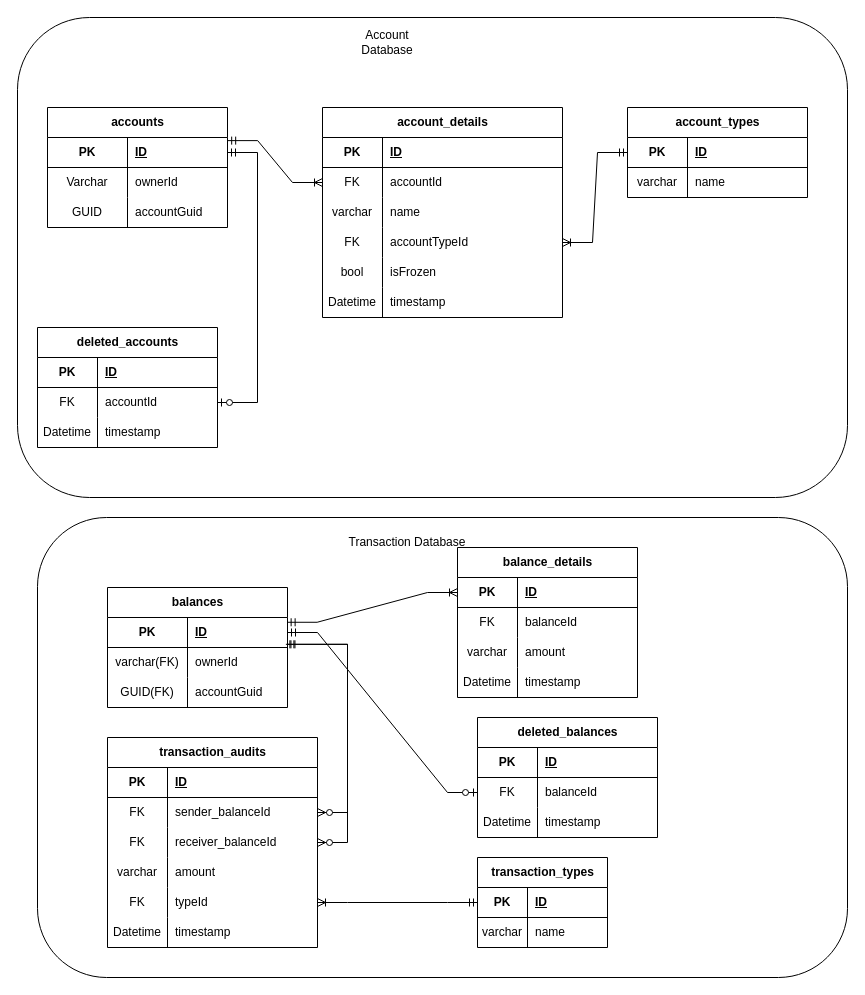
This is docs/diagrams/er-diagrams.drawio from Team-HABO/habo-banking, a draw.io file, before an edit. Source tidied: cells renumbered, new cells numbered last; positions are measured from the earlier drawing's top-left corner, leaving out a move shared by most shapes. Both pictures are drawn from the tidied source at 100%, with x=0, y=0 at pixel (17, 17).
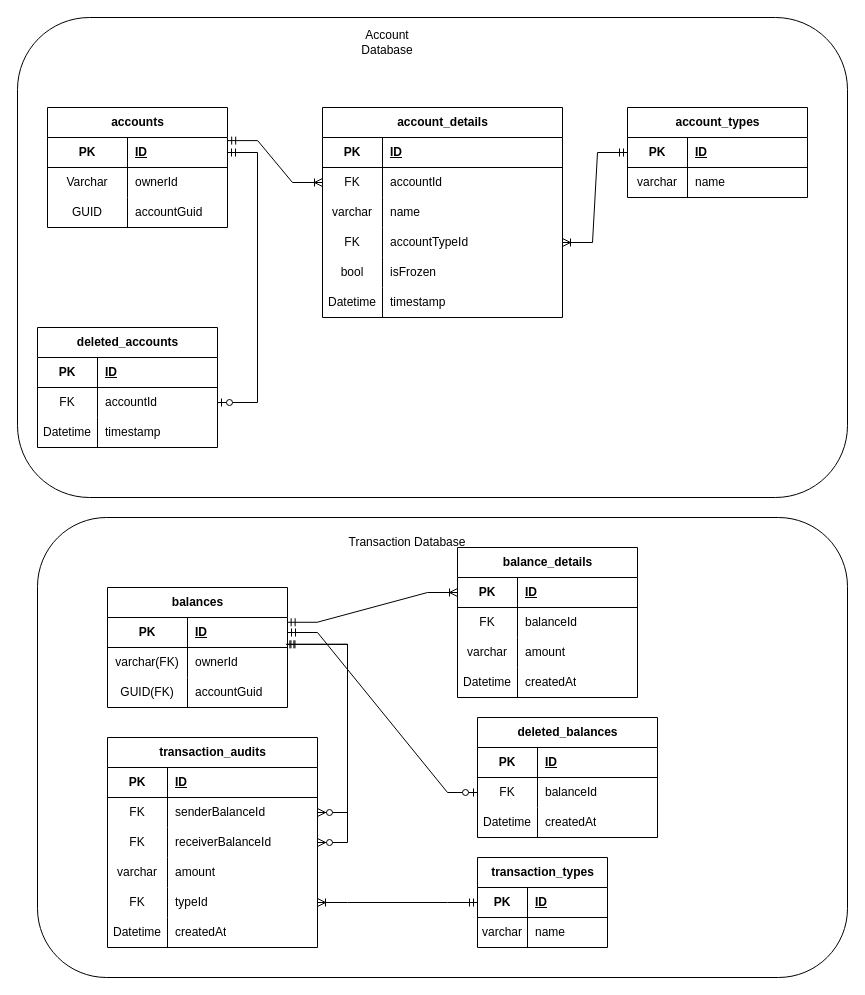
The same diagram, later.

The change refers to these unchanged cells:
```xml
<mxCell id="71" style="shape=tableRow;horizontal=0;startSize=0;swimlaneHead=0;swimlaneBody=0;fillColor=none;top=0;left=0;right=0;bottom=0;" parent="61" vertex="1">
  <mxGeometry y="120" width="180" height="30" as="geometry" />
</mxCell>
<mxCell id="78" style="shape=tableRow;horizontal=0;startSize=0;swimlaneHead=0;swimlaneBody=0;fillColor=none;points=[[0,0.5],[1,0.5]];portConstraint=eastwest;top=0;left=0;right=0;bottom=0;" parent="74" vertex="1">
  <mxGeometry y="60" width="210" height="30" as="geometry" />
</mxCell>
<mxCell id="81" style="shape=tableRow;horizontal=0;startSize=0;swimlaneHead=0;swimlaneBody=0;fillColor=none;points=[[0,0.5],[1,0.5]];portConstraint=eastwest;top=0;left=0;right=0;bottom=0;" parent="74" vertex="1">
  <mxGeometry y="90" width="210" height="30" as="geometry" />
</mxCell>
<mxCell id="90" style="shape=tableRow;horizontal=0;startSize=0;swimlaneHead=0;swimlaneBody=0;fillColor=none;top=0;left=0;right=0;bottom=0;" parent="74" vertex="1">
  <mxGeometry y="180" width="210" height="30" as="geometry" />
</mxCell>
<mxCell id="100" style="shape=tableRow;horizontal=0;startSize=0;swimlaneHead=0;swimlaneBody=0;fillColor=none;top=0;left=0;right=0;bottom=0;" parent="93" vertex="1">
  <mxGeometry y="90" width="180" height="30" as="geometry" />
</mxCell>
```

Change to the diagram source:
```diff
@@
-    <mxCell id="73" value="timestamp" style="shape=partialRectangle;fillColor=none;top=0;left=0;bottom=0;right=0;align=left;spacingLeft=6;overflow=hidden;whiteSpace=wrap;html=1;" parent="71" vertex="1">
+    <mxCell id="73" value="&lt;span style=&quot;color: rgb(0, 0, 0);&quot;&gt;createdAt&lt;/span&gt;" style="shape=partialRectangle;fillColor=none;top=0;left=0;bottom=0;right=0;align=left;spacingLeft=6;overflow=hidden;whiteSpace=wrap;html=1;" parent="71" vertex="1">
       <mxGeometry x="60" width="120" height="30" as="geometry" />
     </mxCell>
@@
-    <mxCell id="80" value="sender_balanceId" style="shape=partialRectangle;fillColor=none;top=0;left=0;bottom=0;right=0;align=left;spacingLeft=6;overflow=hidden;whiteSpace=wrap;html=1;" parent="78" vertex="1">
+    <mxCell id="80" value="senderBalanceId" style="shape=partialRectangle;fillColor=none;top=0;left=0;bottom=0;right=0;align=left;spacingLeft=6;overflow=hidden;whiteSpace=wrap;html=1;" parent="78" vertex="1">
       <mxGeometry x="60" width="150" height="30" as="geometry" />
     </mxCell>
@@
-    <mxCell id="83" value="receiver_balanceId" style="shape=partialRectangle;fillColor=none;top=0;left=0;bottom=0;right=0;align=left;spacingLeft=6;overflow=hidden;whiteSpace=wrap;html=1;" parent="81" vertex="1">
+    <mxCell id="83" value="receiverBalanceId" style="shape=partialRectangle;fillColor=none;top=0;left=0;bottom=0;right=0;align=left;spacingLeft=6;overflow=hidden;whiteSpace=wrap;html=1;" parent="81" vertex="1">
       <mxGeometry x="60" width="150" height="30" as="geometry" />
     </mxCell>
@@
-    <mxCell id="92" value="timestamp" style="shape=partialRectangle;fillColor=none;top=0;left=0;bottom=0;right=0;align=left;spacingLeft=6;overflow=hidden;whiteSpace=wrap;html=1;" parent="90" vertex="1">
+    <mxCell id="92" value="createdAt" style="shape=partialRectangle;fillColor=none;top=0;left=0;bottom=0;right=0;align=left;spacingLeft=6;overflow=hidden;whiteSpace=wrap;html=1;" parent="90" vertex="1">
       <mxGeometry x="60" width="150" height="30" as="geometry" />
     </mxCell>
@@
-    <mxCell id="102" value="timestamp" style="shape=partialRectangle;fillColor=none;top=0;left=0;bottom=0;right=0;align=left;spacingLeft=6;overflow=hidden;whiteSpace=wrap;html=1;" parent="100" vertex="1">
+    <mxCell id="102" value="&lt;span style=&quot;color: rgb(0, 0, 0);&quot;&gt;createdAt&lt;/span&gt;" style="shape=partialRectangle;fillColor=none;top=0;left=0;bottom=0;right=0;align=left;spacingLeft=6;overflow=hidden;whiteSpace=wrap;html=1;" parent="100" vertex="1">
       <mxGeometry x="60" width="120" height="30" as="geometry" />
     </mxCell>
```
